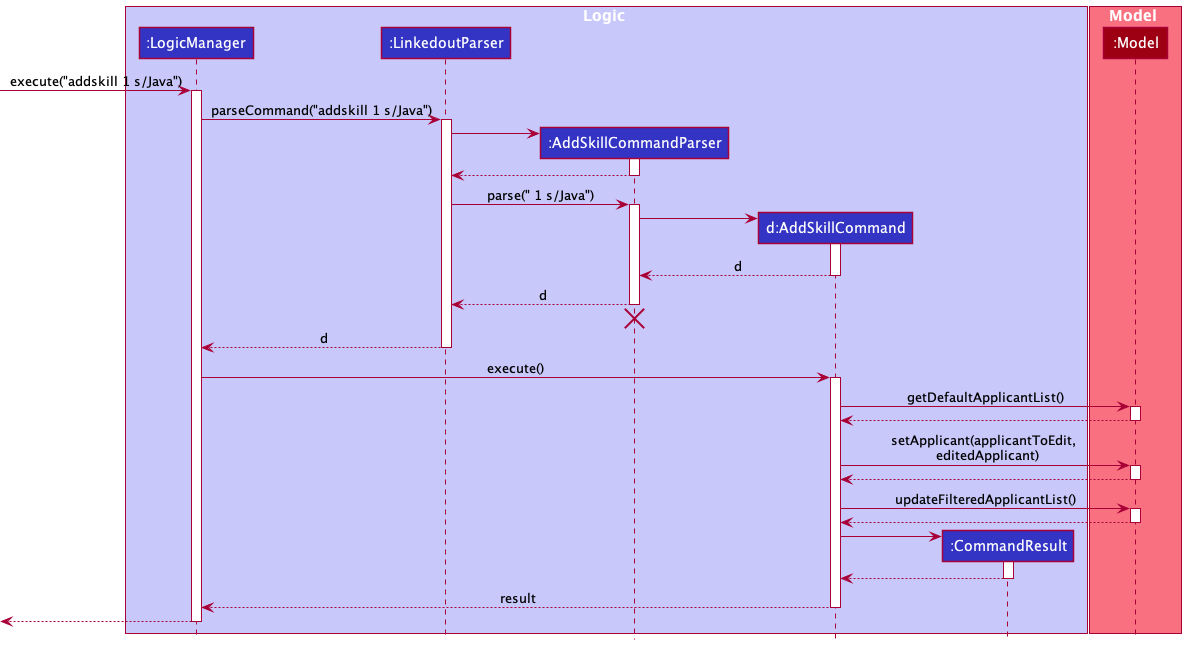
This is docs/images/AddSkillCommandSequenceDiagram.png from zzhikai/tp, a PlantUML export, as it was before one commit.
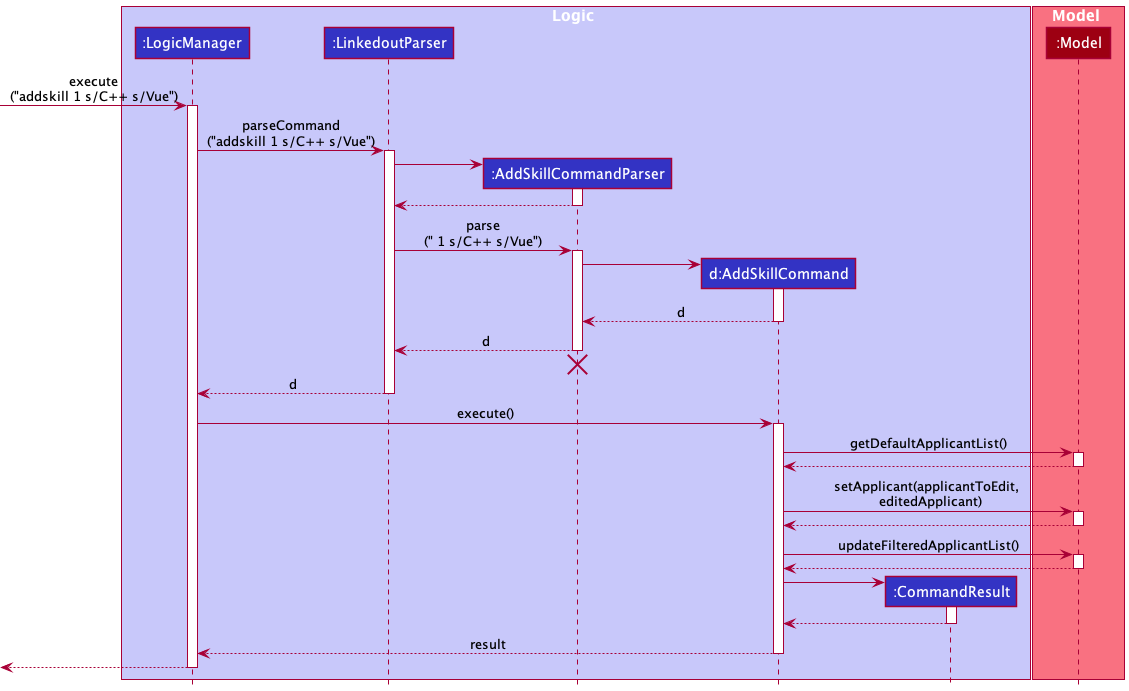
The same diagram one commit later.

Commit message:
update diagrams to match example scenarios

Diff of the diagram source:
```diff
@@ -13,10 +13,10 @@
 participant ":Model" as Model MODEL_COLOR
 end box
 
-[-> LogicManager : execute("addskill 1 s/Java")
+[-> LogicManager : execute\n("addskill 1 s/C++ s/Vue")
 activate LogicManager
 
-LogicManager -> LinkedoutParser : parseCommand("addskill 1 s/Java")
+LogicManager -> LinkedoutParser : parseCommand\n("addskill 1 s/C++ s/Vue")
 activate LinkedoutParser
 
 create AddSkillCommandParser
@@ -26,7 +26,7 @@
 AddSkillCommandParser --> LinkedoutParser
 deactivate AddSkillCommandParser
 
-LinkedoutParser -> AddSkillCommandParser : parse(" 1 s/Java")
+LinkedoutParser -> AddSkillCommandParser : parse\n(" 1 s/C++ s/Vue")
 activate AddSkillCommandParser
 
 create AddSkillCommand
```
